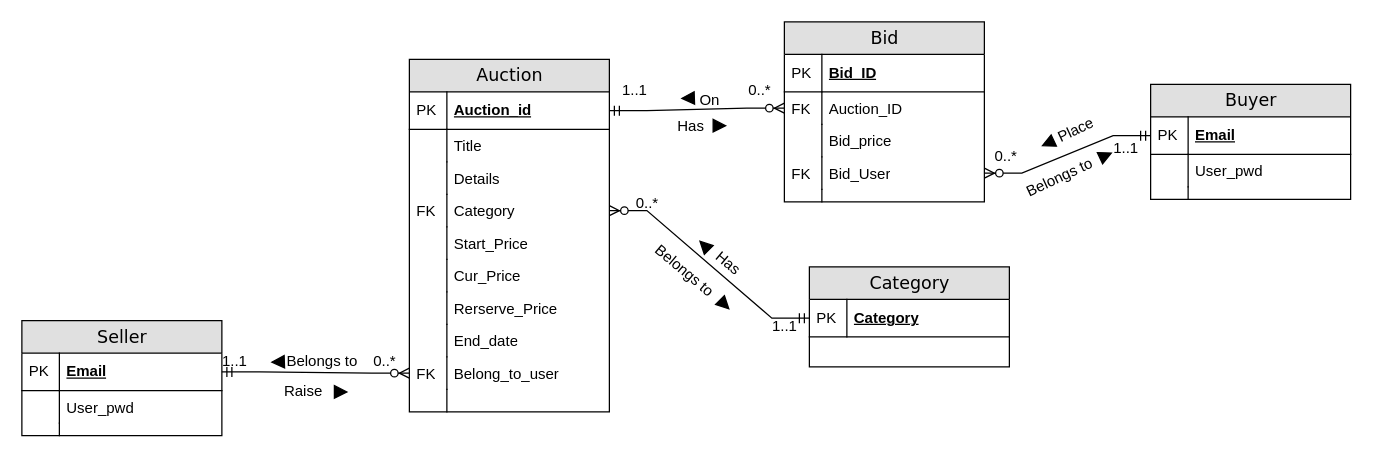
The draw.io diagram Untitled Diagram.drawio in Melo-Melon/git_file, before the edit. Source tidied: cells renumbered, new cells numbered last; positions are measured from the earlier drawing's top-left corner, leaving out a move shared by most shapes. Both pictures are drawn from the tidied source at 125%, with x=0, y=0 at pixel (21, -18).
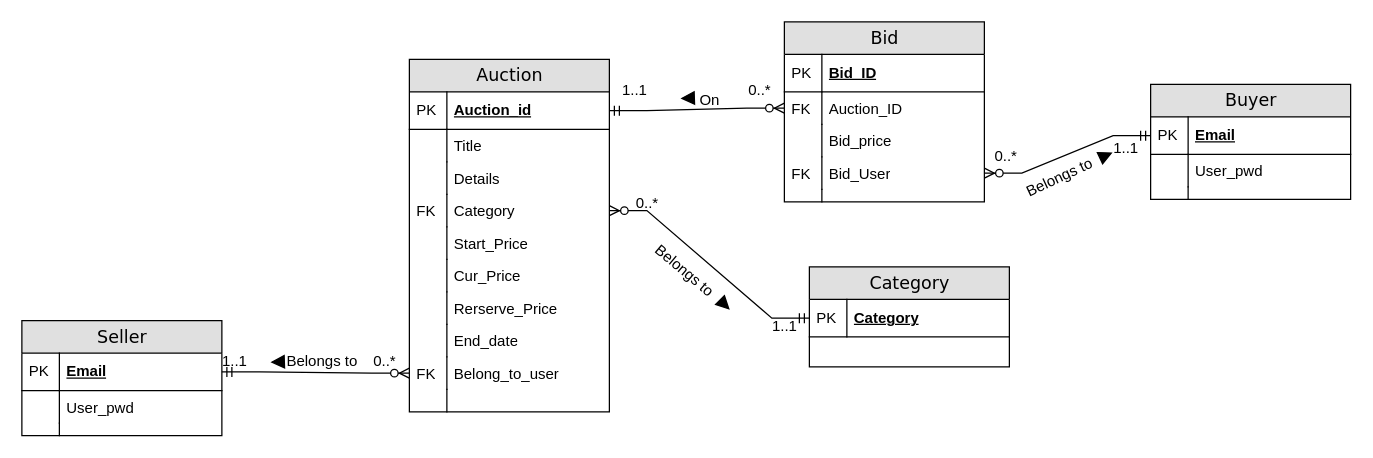
The same page after the edit.

Diff of the diagram source:
```diff
@@
-    <mxCell id="63" style="triangle;whiteSpace=wrap;html=1;fillColor=#000000;" parent="1" vertex="1">
-      <mxGeometry x="250" y="322" width="10" height="10" as="geometry" />
-    </mxCell>
-    <mxCell id="64" value="Raise" style="text;html=1;align=center;verticalAlign=middle;strokeColor=none;fillColor=none;" parent="1" vertex="1">
-      <mxGeometry x="200" y="312" width="50" height="30" as="geometry" />
-    </mxCell>
-    <mxCell id="65" style="triangle;whiteSpace=wrap;html=1;fillColor=#000000;rotation=-135;" parent="1" vertex="1">
-      <mxGeometry x="541" y="205" width="10" height="10" as="geometry" />
-    </mxCell>
-    <mxCell id="66" value="Has" style="text;html=1;align=center;verticalAlign=middle;strokeColor=none;fillColor=none;rotation=40;" parent="1" vertex="1">
-      <mxGeometry x="545" y="209" width="40" height="30" as="geometry" />
-    </mxCell>
@@
-    <mxCell id="71" value="Has" style="text;html=1;align=center;verticalAlign=middle;strokeColor=none;fillColor=none;" parent="1" vertex="1">
-      <mxGeometry x="515" y="100" width="40" height="30" as="geometry" />
-    </mxCell>
-    <mxCell id="72" style="triangle;whiteSpace=wrap;html=1;fillColor=#000000;" parent="1" vertex="1">
-      <mxGeometry x="553" y="109" width="10" height="10" as="geometry" />
-    </mxCell>
@@
-    <mxCell id="75" value="Place" style="text;html=1;align=center;verticalAlign=middle;strokeColor=none;fillColor=none;rotation=-25;" parent="1" vertex="1">
-      <mxGeometry x="818" y="103" width="50" height="30" as="geometry" />
-    </mxCell>
-    <mxCell id="76" style="triangle;whiteSpace=wrap;html=1;fillColor=#000000;rotation=-205;" parent="1" vertex="1">
-      <mxGeometry x="816" y="123" width="10" height="10" as="geometry" />
-    </mxCell>
```
